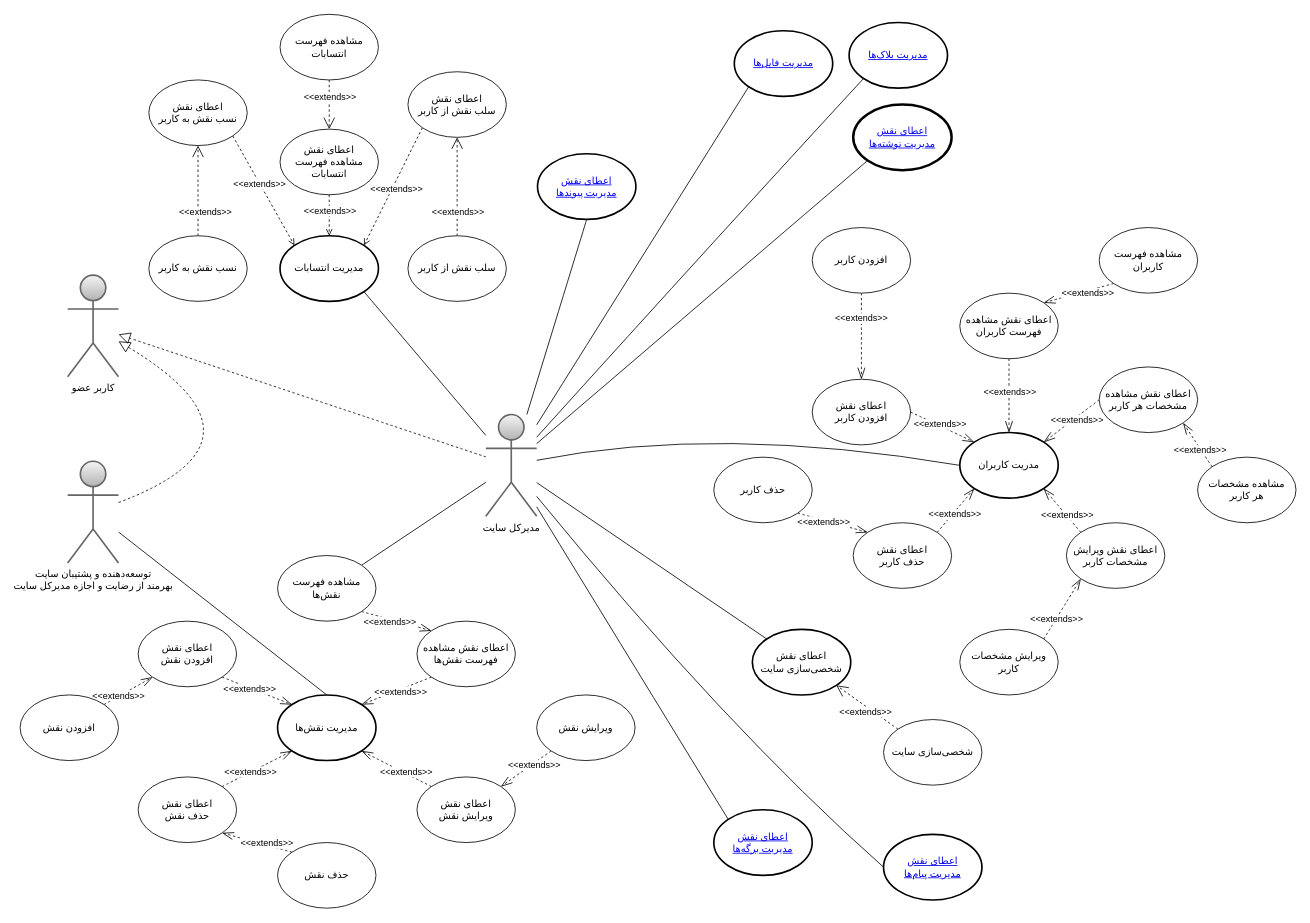
alireza-rezaee/PersonalNotes keeps this draw.io diagram as page "نقش‌ها و کاربران" (6 of 7) of docs/AlirezaRezaee.Web/Diagrams/UseCaseDiagrams.drawio. Above is the earlier version. Source tidied: cells renumbered, new cells numbered last; positions are measured from the earlier drawing's top-left corner, leaving out a move shared by most shapes. Both pictures are drawn from the tidied source at 82%, with x=0, y=0 at pixel (20, 14).
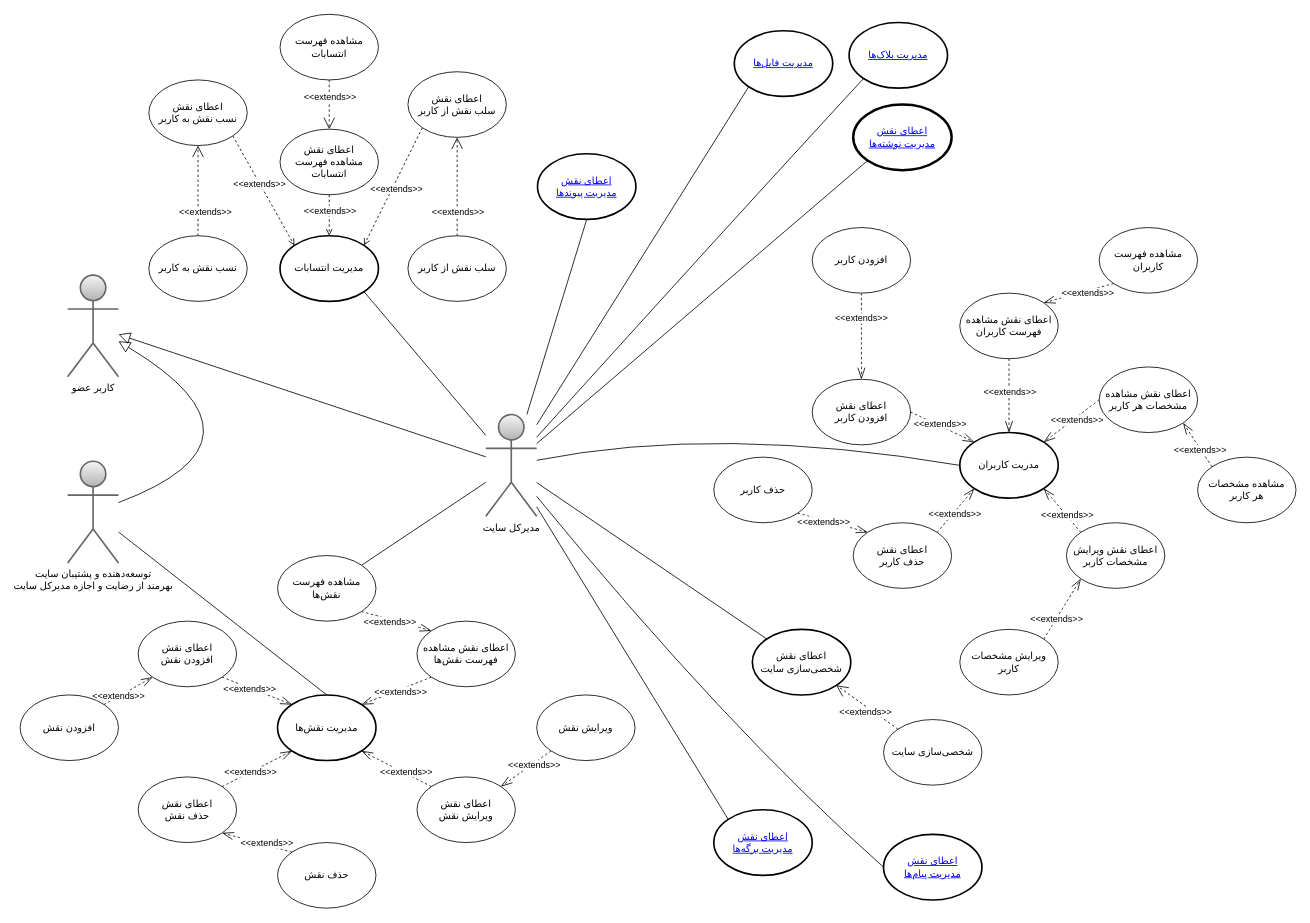
Above is the later version.

Unchanged cells that the change refers to:
```xml
<mxCell id="96" value="&lt;font style=&quot;font-size: 12px&quot; face=&quot;IRANSans&quot;&gt;مدیرکل سایت&lt;br&gt;&lt;/font&gt;" style="shape=umlActor;verticalLabelPosition=bottom;verticalAlign=top;html=1;outlineConnect=0;comic=0;strokeWidth=2;fillColor=#f5f5f5;strokeColor=#666666;gradientColor=#b3b3b3;" parent="1" vertex="1">
  <mxGeometry x="568" y="488" width="62" height="124" as="geometry" />
</mxCell>
<mxCell id="97" value="&lt;font style=&quot;font-size: 12px&quot; face=&quot;IRANSans&quot;&gt;کاربر عضو&lt;br&gt;&lt;/font&gt;" style="shape=umlActor;verticalLabelPosition=bottom;verticalAlign=top;html=1;outlineConnect=0;comic=0;strokeWidth=2;fillColor=#f5f5f5;strokeColor=#666666;gradientColor=#b3b3b3;" parent="1" vertex="1">
  <mxGeometry x="58" y="318" width="62" height="124" as="geometry" />
</mxCell>
<mxCell id="100" value="&lt;font style=&quot;font-size: 12px&quot; face=&quot;IRANSans&quot;&gt;توسعه‌دهنده و پشتیبان سایت&lt;br&gt;بهر‌مند از رضایت و اجازه مدیرکل سایت&lt;br&gt;&lt;/font&gt;" style="shape=umlActor;verticalLabelPosition=bottom;verticalAlign=top;html=1;outlineConnect=0;comic=0;strokeWidth=2;fillColor=#f5f5f5;strokeColor=#666666;gradientColor=#b3b3b3;" parent="1" vertex="1">
  <mxGeometry x="58" y="545" width="62" height="124" as="geometry" />
</mxCell>
```

The edit, as a diff of the source:
```diff
@@
-    <mxCell id="93" style="edgeStyle=none;curved=1;sketch=0;jettySize=auto;html=1;dashed=1;startArrow=none;startFill=0;startSize=14;endArrow=block;endFill=0;endSize=12;" parent="1" edge="1" source="96" target="97">
+    <mxCell id="93" style="edgeStyle=none;curved=1;sketch=0;jettySize=auto;html=1;startArrow=none;startFill=0;startSize=14;endArrow=block;endFill=0;endSize=12;" parent="1" edge="1" source="96" target="97">
       <mxGeometry relative="1" as="geometry" />
     </mxCell>
@@
-    <mxCell id="98" style="edgeStyle=none;curved=1;sketch=0;jettySize=auto;html=1;startArrow=none;startFill=0;startSize=14;endArrow=block;endFill=0;endSize=12;dashed=1;" parent="1" edge="1" source="100" target="97">
+    <mxCell id="98" style="edgeStyle=none;curved=1;sketch=0;jettySize=auto;html=1;startArrow=none;startFill=0;startSize=14;endArrow=block;endFill=0;endSize=12;" parent="1" edge="1" source="100" target="97">
       <mxGeometry relative="1" as="geometry">
         <Array as="points">
           <mxPoint x="321" y="520" />
         </Array>
       </mxGeometry>
     </mxCell>
```
